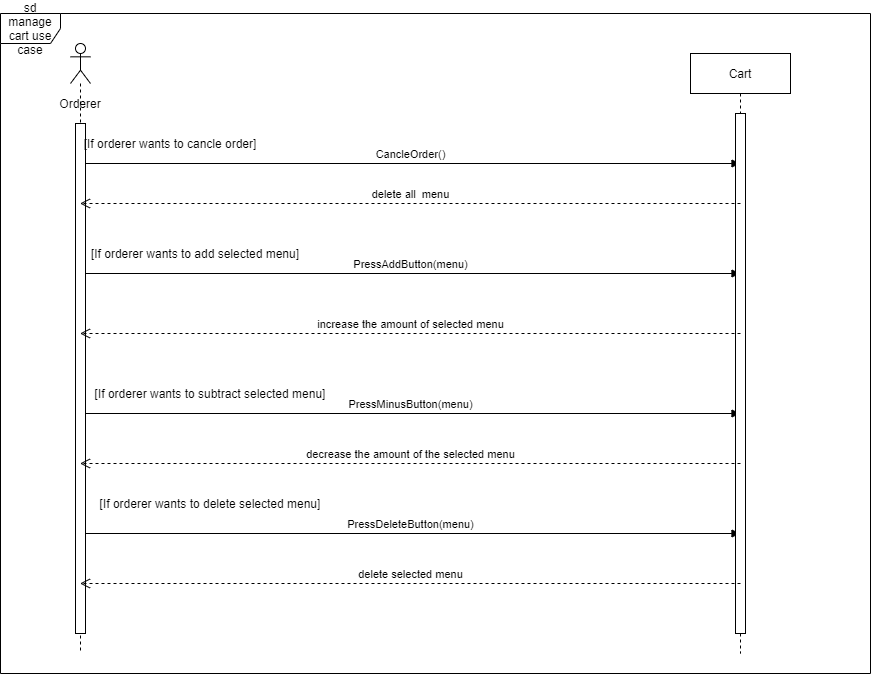
Earlier version of the draw.io export 상세명세서/Behavioral Model/sequence diagram/장바구니 관리.png (distroytest/KNUSD-20202-Team05). Source tidied: cells renumbered, new cells last; positions are measured from the earlier drawing's top-left corner, leaving out a move shared by most shapes.
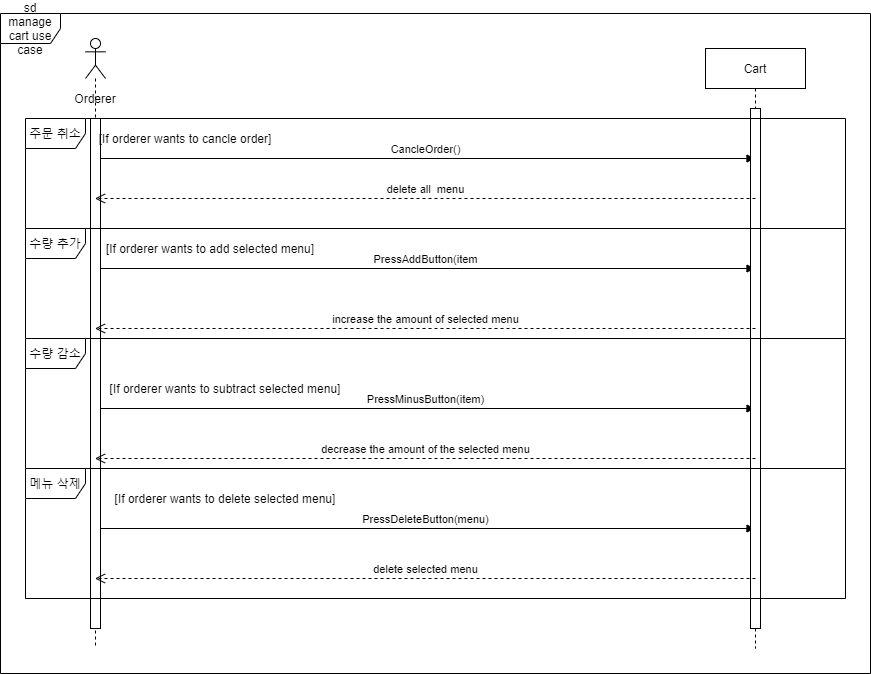
The same diagram one commit later.

Commit message:
Update 장바구니 관리.png

What changed in the source:
```diff
@@ -10,12 +10,12 @@
         <mxPoint x="10" y="120" as="sourcePoint" />
       </mxGeometry>
     </mxCell>
-    <mxCell id="4" value="PressAddButton(menu)" style="html=1;verticalAlign=bottom;endArrow=block;" parent="2" edge="1" target="9">
+    <mxCell id="4" value="PressAddButton(item" style="html=1;verticalAlign=bottom;endArrow=block;" parent="2" edge="1" target="9">
       <mxGeometry relative="1" as="geometry">
         <mxPoint x="10" y="230" as="sourcePoint" />
       </mxGeometry>
     </mxCell>
-    <mxCell id="5" value="PressMinusButton(menu)" style="html=1;verticalAlign=bottom;endArrow=block;" parent="2" edge="1" target="9">
+    <mxCell id="5" value="PressMinusButton(item)" style="html=1;verticalAlign=bottom;endArrow=block;" parent="2" edge="1" target="9">
       <mxGeometry relative="1" as="geometry">
         <mxPoint x="10" y="370" as="sourcePoint" />
       </mxGeometry>
@@ -70,7 +70,19 @@
       <mxGeometry x="90" y="480" width="240" height="20" as="geometry" />
     </mxCell>
     <mxCell id="19" value="sd manage cart use case" style="shape=umlFrame;whiteSpace=wrap;html=1;width=60;height=30;" parent="1" vertex="1">
-      <mxGeometry width="870" height="660" as="geometry" />
+      <mxGeometry x="-15" y="5" width="870" height="660" as="geometry" />
     </mxCell>
+    <mxCell id="20" value="주문 취소" style="shape=umlFrame;whiteSpace=wrap;html=1;" parent="1" vertex="1">
+      <mxGeometry x="10" y="110" width="820" height="110" as="geometry" />
+    </mxCell>
+    <mxCell id="21" value="수량 추가" style="shape=umlFrame;whiteSpace=wrap;html=1;" parent="1" vertex="1">
+      <mxGeometry x="10" y="220" width="820" height="110" as="geometry" />
+    </mxCell>
+    <mxCell id="22" value="수량 감소" style="shape=umlFrame;whiteSpace=wrap;html=1;" parent="1" vertex="1">
+      <mxGeometry x="10" y="330" width="820" height="130" as="geometry" />
+    </mxCell>
+    <mxCell id="23" value="메뉴 삭제" style="shape=umlFrame;whiteSpace=wrap;html=1;" parent="1" vertex="1">
+      <mxGeometry x="10" y="460" width="820" height="130" as="geometry" />
+    </mxCell>
   </root>
 </mxGraphModel>
```
